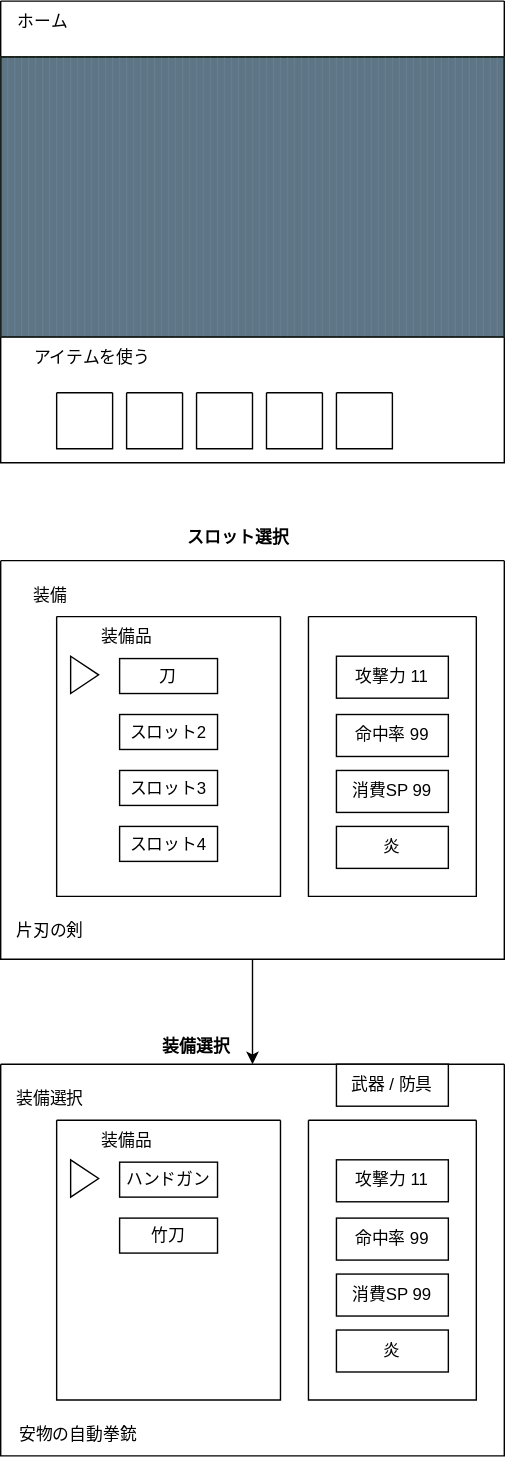
kijimaD/ruins keeps this draw.io diagram as docs/images/20231210home.drawio.svg. Above is the earlier version. Source tidied: cells renumbered, new cells last; positions are measured from the earlier drawing's top-left corner, leaving out a move shared by most shapes.
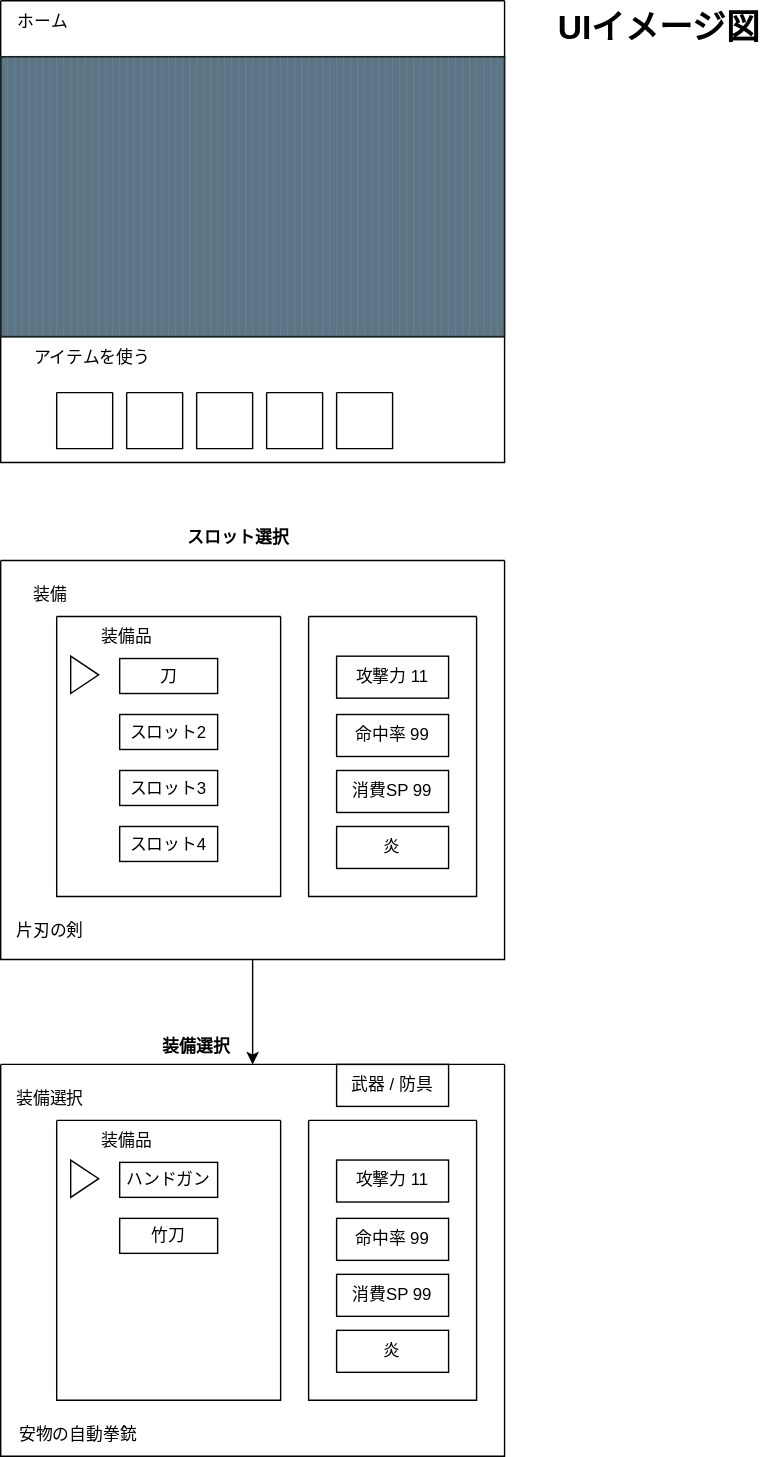
After the change.

The edit, as a diff of the source:
```diff
@@ -128,5 +128,8 @@
     <mxCell id="43" value="装備選択" style="text;align=center;fontStyle=1;verticalAlign=middle;spacingLeft=3;spacingRight=3;strokeColor=none;" parent="1" vertex="1">
       <mxGeometry x="100" y="734" width="80" height="26" as="geometry" />
     </mxCell>
+    <mxCell id="44" value="UIイメージ図" style="text;strokeColor=none;fillColor=none;html=1;fontSize=24;fontStyle=1;verticalAlign=middle;align=center;" parent="1" vertex="1">
+      <mxGeometry x="420" width="100" height="40" as="geometry" />
+    </mxCell>
   </root>
 </mxGraphModel>
```
